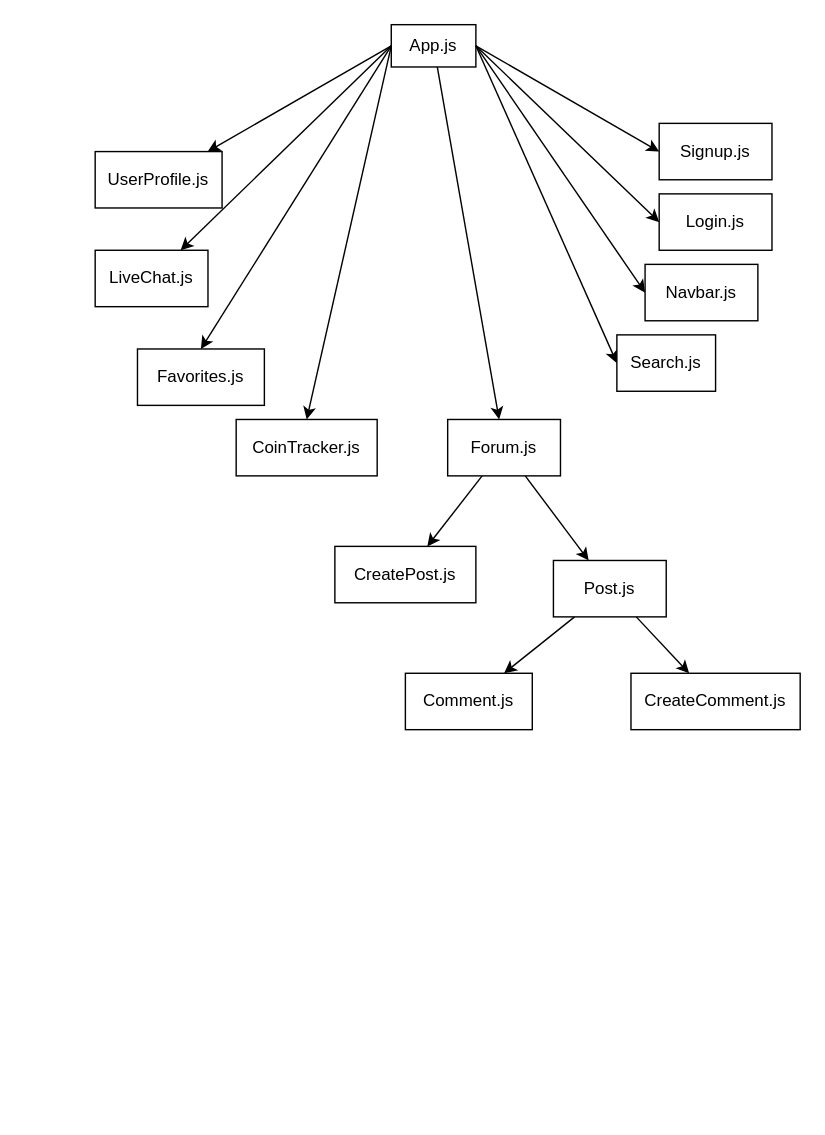
This is page "React components" (2 of 2) of association-diagram.drawio from mikestarrdev/Crypto-Portal, a draw.io file, before an edit. Source tidied: cells renumbered, new cells numbered last; positions are measured from the earlier drawing's top-left corner, leaving out a move shared by most shapes. Both pictures are drawn from the tidied source at 141%, with x=0, y=0 at pixel (94, 24).
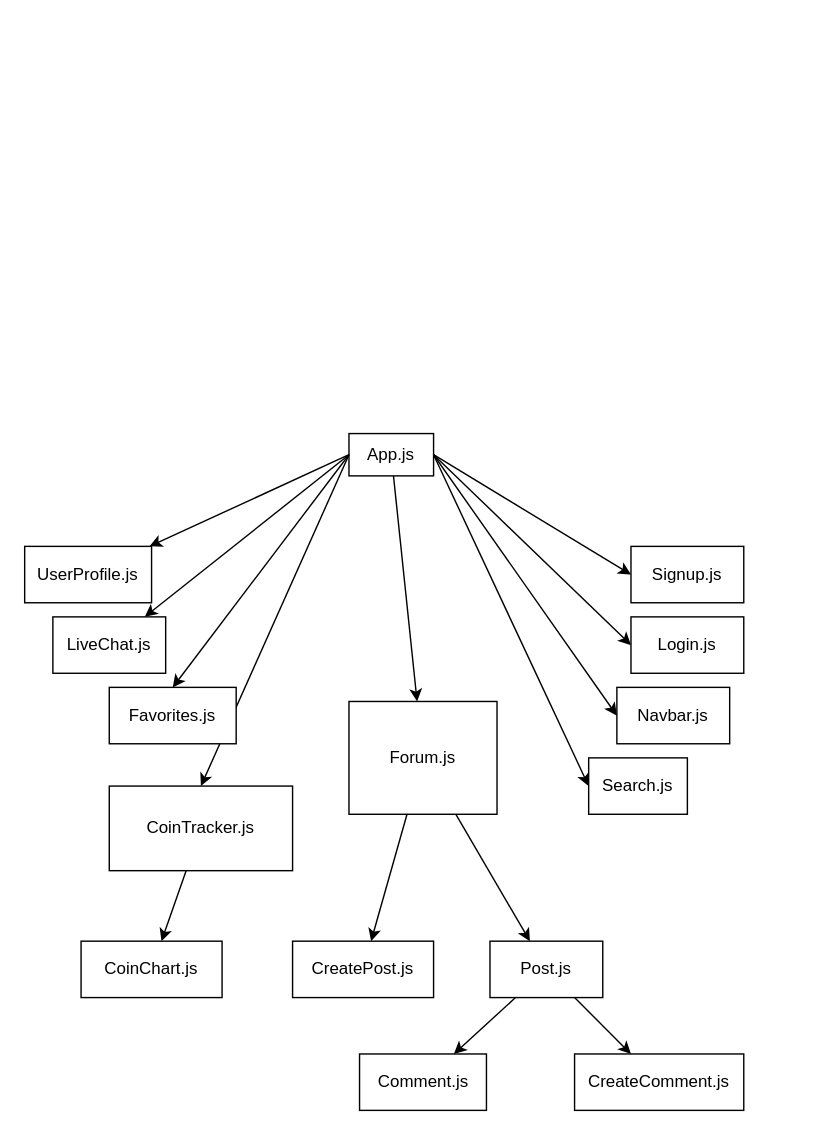
The same diagram, later.

What changed in the source:
```diff
@@
     <mxCell id="6" value="App.js" style="rounded=0;whiteSpace=wrap;html=1;" parent="1" vertex="1">
-      <mxGeometry x="210" width="60" height="30" as="geometry" />
+      <mxGeometry x="180" y="290" width="60" height="30" as="geometry" />
     </mxCell>
     <mxCell id="7" value="Navbar.js" style="rounded=0;whiteSpace=wrap;html=1;" parent="1" vertex="1">
-      <mxGeometry x="390" y="170" width="80" height="40" as="geometry" />
+      <mxGeometry x="370" y="470" width="80" height="40" as="geometry" />
     </mxCell>
     <mxCell id="8" value="Signup.js" style="rounded=0;whiteSpace=wrap;html=1;" parent="1" vertex="1">
-      <mxGeometry x="400" y="70" width="80" height="40" as="geometry" />
+      <mxGeometry x="380" y="370" width="80" height="40" as="geometry" />
     </mxCell>
     <mxCell id="9" value="Login.js" style="rounded=0;whiteSpace=wrap;html=1;" parent="1" vertex="1">
-      <mxGeometry x="400" y="120" width="80" height="40" as="geometry" />
+      <mxGeometry x="380" y="420" width="80" height="40" as="geometry" />
     </mxCell>
@@
+    <mxCell id="29" style="edgeStyle=none;html=1;" parent="1" edge="1" source="13" target="30">
+      <mxGeometry relative="1" as="geometry" />
+    </mxCell>
     <mxCell id="13" value="CoinTracker.js" style="rounded=0;whiteSpace=wrap;html=1;" parent="1" vertex="1">
-      <mxGeometry x="100" y="280" width="100" height="40" as="geometry" />
+      <mxGeometry x="10" y="540" width="130" height="60" as="geometry" />
     </mxCell>
@@
     <mxCell id="15" value="Search.js" style="rounded=0;whiteSpace=wrap;html=1;" parent="1" vertex="1">
-      <mxGeometry x="370" y="220" width="70" height="40" as="geometry" />
+      <mxGeometry x="350" y="520" width="70" height="40" as="geometry" />
     </mxCell>
@@
     <mxCell id="18" value="Forum.js" style="rounded=0;whiteSpace=wrap;html=1;" parent="1" vertex="1">
-      <mxGeometry x="250" y="280" width="80" height="40" as="geometry" />
+      <mxGeometry x="180" y="480" width="105" height="80" as="geometry" />
     </mxCell>
     <mxCell id="19" value="CreatePost.js" style="rounded=0;whiteSpace=wrap;html=1;" parent="1" vertex="1">
-      <mxGeometry x="170" y="370" width="100" height="40" as="geometry" />
+      <mxGeometry x="140" y="650" width="100" height="40" as="geometry" />
     </mxCell>
     <mxCell id="20" value="Favorites.js" style="rounded=0;whiteSpace=wrap;html=1;" parent="1" vertex="1">
-      <mxGeometry x="30" y="230" width="90" height="40" as="geometry" />
+      <mxGeometry x="10" y="470" width="90" height="40" as="geometry" />
     </mxCell>
@@
     <mxCell id="24" value="Post.js" style="rounded=0;whiteSpace=wrap;html=1;" parent="1" vertex="1">
-      <mxGeometry x="325" y="380" width="80" height="40" as="geometry" />
+      <mxGeometry x="280" y="650" width="80" height="40" as="geometry" />
     </mxCell>
     <mxCell id="25" value="Comment.js" style="rounded=0;whiteSpace=wrap;html=1;" parent="1" vertex="1">
-      <mxGeometry x="220" y="460" width="90" height="40" as="geometry" />
+      <mxGeometry x="187.5" y="730" width="90" height="40" as="geometry" />
     </mxCell>
     <mxCell id="26" value="CreateComment.js" style="rounded=0;whiteSpace=wrap;html=1;" parent="1" vertex="1">
-      <mxGeometry x="380" y="460" width="120" height="40" as="geometry" />
+      <mxGeometry x="340" y="730" width="120" height="40" as="geometry" />
     </mxCell>
     <mxCell id="27" value="LiveChat.js" style="rounded=0;whiteSpace=wrap;html=1;" parent="1" vertex="1">
-      <mxGeometry y="160" width="80" height="40" as="geometry" />
+      <mxGeometry x="-30" y="420" width="80" height="40" as="geometry" />
     </mxCell>
     <mxCell id="28" value="UserProfile.js" style="rounded=0;whiteSpace=wrap;html=1;" parent="1" vertex="1">
-      <mxGeometry y="90" width="90" height="40" as="geometry" />
+      <mxGeometry x="-50" y="370" width="90" height="40" as="geometry" />
     </mxCell>
+    <mxCell id="30" value="CoinChart.js" style="rounded=0;whiteSpace=wrap;html=1;" parent="1" vertex="1">
+      <mxGeometry x="-10" y="650" width="100" height="40" as="geometry" />
+    </mxCell>
```
